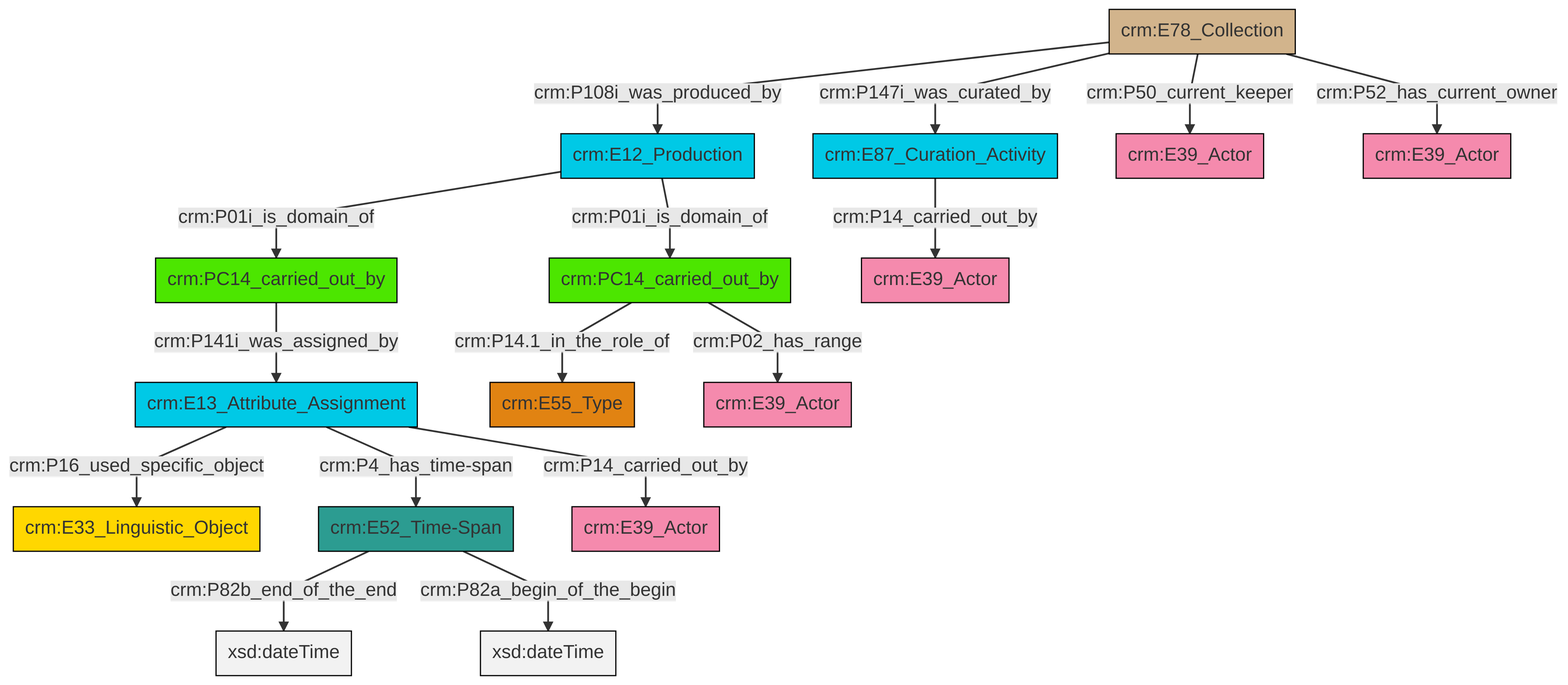
Earlier version of the Mermaid export et/archivalCSV/ttl/mmd/png/archival_relation.png (swiss-art-research-net/docs.swissartresearch). Its source is kept beside it as et/archivalCSV/ttl/mmd/archival_relation.ttl.mmd.
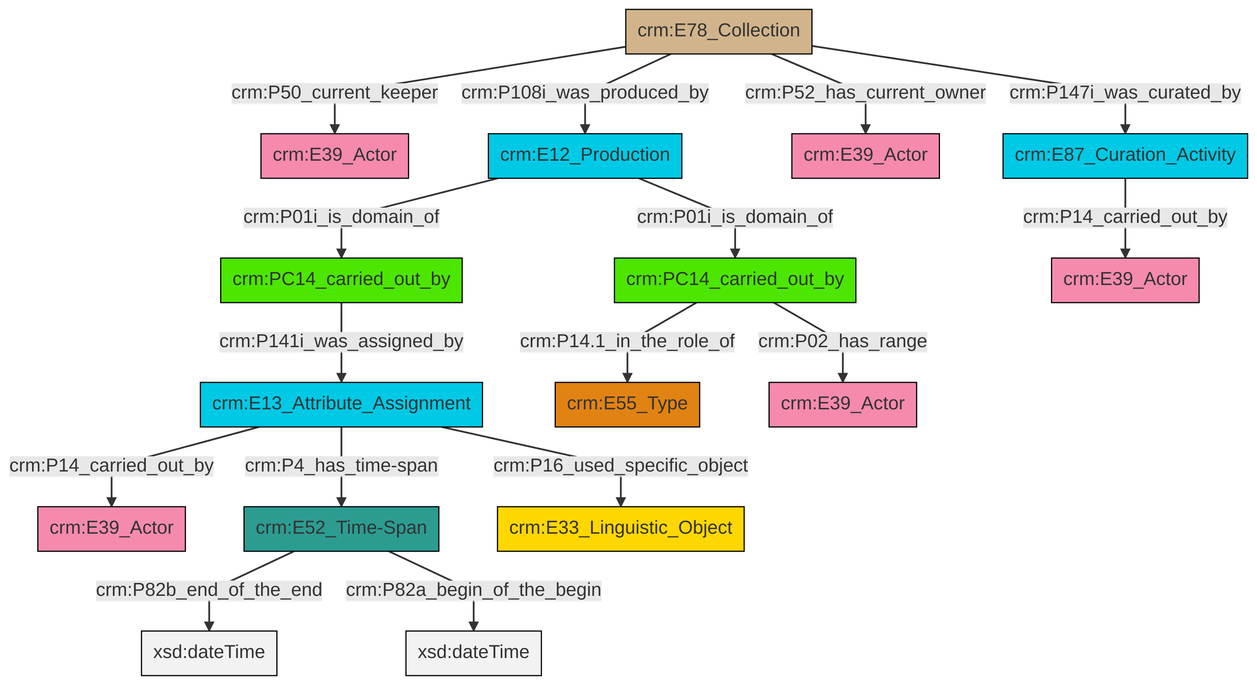
After the change.

Change to the diagram source:
```diff
@@ -13,18 +13,18 @@
 classDef PC_Classes fill:#4ce600, stroke:#000000;
 classDef Multi fill:#cccccc,stroke:#000000;
 
-0["crm:E13_Attribute_Assignment"]:::Temporal_Entity -->|crm:P16_used_specific_object| 1["crm:E33_Linguistic_Object"]:::Conceptual_Object
-0["crm:E13_Attribute_Assignment"]:::Temporal_Entity -->|crm:P4_has_time-span| 2["crm:E52_Time-Span"]:::Time-Span
-5["crm:PC14_carried_out_by"]:::PC_Classes -->|crm:P14.1_in_the_role_of| 6["crm:E55_Type"]:::Type
-7["crm:E12_Production"]:::Temporal_Entity -->|crm:P01i_is_domain_of| 8["crm:PC14_carried_out_by"]:::PC_Classes
-9["crm:E87_Curation_Activity"]:::Temporal_Entity -->|crm:P14_carried_out_by| 10["crm:E39_Actor"]:::Actor
-8["crm:PC14_carried_out_by"]:::PC_Classes -->|crm:P141i_was_assigned_by| 0["crm:E13_Attribute_Assignment"]:::Temporal_Entity
-2["crm:E52_Time-Span"]:::Time-Span -->|crm:P82b_end_of_the_end| 14[xsd:dateTime]:::Literal
-0["crm:E13_Attribute_Assignment"]:::Temporal_Entity -->|crm:P14_carried_out_by| 3["crm:E39_Actor"]:::Actor
-18["crm:E78_Collection"]:::Physical_Thing -->|crm:P108i_was_produced_by| 7["crm:E12_Production"]:::Temporal_Entity
-5["crm:PC14_carried_out_by"]:::PC_Classes -->|crm:P02_has_range| 11["crm:E39_Actor"]:::Actor
-2["crm:E52_Time-Span"]:::Time-Span -->|crm:P82a_begin_of_the_begin| 19[xsd:dateTime]:::Literal
-7["crm:E12_Production"]:::Temporal_Entity -->|crm:P01i_is_domain_of| 5["crm:PC14_carried_out_by"]:::PC_Classes
-18["crm:E78_Collection"]:::Physical_Thing -->|crm:P50_current_keeper| 16["crm:E39_Actor"]:::Actor
-18["crm:E78_Collection"]:::Physical_Thing -->|crm:P52_has_current_owner| 20["crm:E39_Actor"]:::Actor
-18["crm:E78_Collection"]:::Physical_Thing -->|crm:P147i_was_curated_by| 9["crm:E87_Curation_Activity"]:::Temporal_Entity
+2["crm:E13_Attribute_Assignment"]:::Temporal_Entity -->|crm:P14_carried_out_by| 3["crm:E39_Actor"]:::Actor
+8["crm:E12_Production"]:::Temporal_Entity -->|crm:P01i_is_domain_of| 9["crm:PC14_carried_out_by"]:::PC_Classes
+8["crm:E12_Production"]:::Temporal_Entity -->|crm:P01i_is_domain_of| 10["crm:PC14_carried_out_by"]:::PC_Classes
+11["crm:E78_Collection"]:::Physical_Thing -->|crm:P52_has_current_owner| 12["crm:E39_Actor"]:::Actor
+13["crm:E87_Curation_Activity"]:::Temporal_Entity -->|crm:P14_carried_out_by| 14["crm:E39_Actor"]:::Actor
+2["crm:E13_Attribute_Assignment"]:::Temporal_Entity -->|crm:P16_used_specific_object| 17["crm:E33_Linguistic_Object"]:::Conceptual_Object
+11["crm:E78_Collection"]:::Physical_Thing -->|crm:P147i_was_curated_by| 13["crm:E87_Curation_Activity"]:::Temporal_Entity
+10["crm:PC14_carried_out_by"]:::PC_Classes -->|crm:P141i_was_assigned_by| 2["crm:E13_Attribute_Assignment"]:::Temporal_Entity
+4["crm:E52_Time-Span"]:::Time-Span -->|crm:P82b_end_of_the_end| 19[xsd:dateTime]:::Literal
+2["crm:E13_Attribute_Assignment"]:::Temporal_Entity -->|crm:P4_has_time-span| 4["crm:E52_Time-Span"]:::Time-Span
+4["crm:E52_Time-Span"]:::Time-Span -->|crm:P82a_begin_of_the_begin| 25[xsd:dateTime]:::Literal
+9["crm:PC14_carried_out_by"]:::PC_Classes -->|crm:P14.1_in_the_role_of| 6["crm:E55_Type"]:::Type
+11["crm:E78_Collection"]:::Physical_Thing -->|crm:P50_current_keeper| 0["crm:E39_Actor"]:::Actor
+11["crm:E78_Collection"]:::Physical_Thing -->|crm:P108i_was_produced_by| 8["crm:E12_Production"]:::Temporal_Entity
+9["crm:PC14_carried_out_by"]:::PC_Classes -->|crm:P02_has_range| 23["crm:E39_Actor"]:::Actor
```
